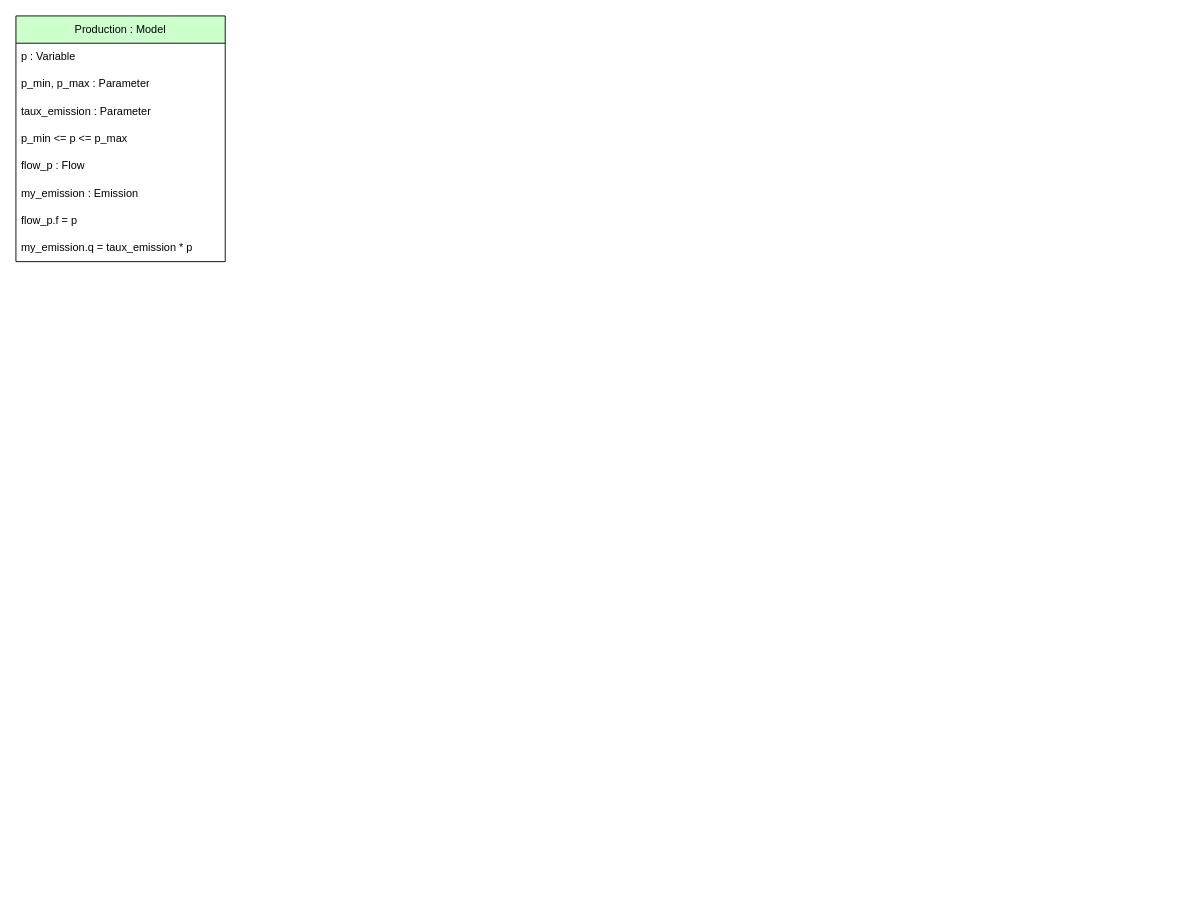
Earlier version of the draw.io diagram models-design/model_library/production.drawio (AntaresSimulatorTeam/andromede-modeling-prototype). Source tidied: cells renumbered, new cells numbered last; positions are measured from the earlier drawing's top-left corner, leaving out a move shared by most shapes. Both pictures are drawn from the tidied source at 91%, with x=0, y=0 at pixel (15, 15).
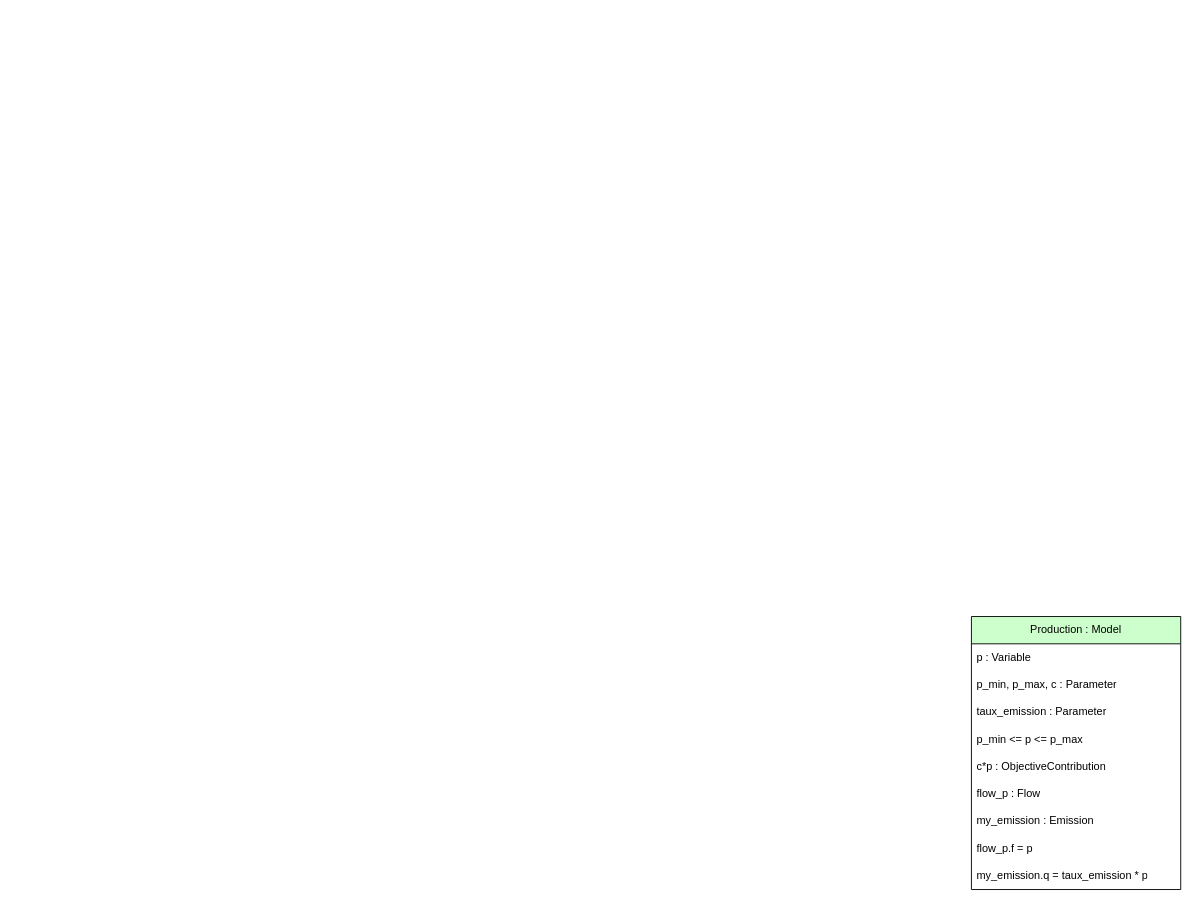
Above is the later version.

What changed in the source:
```diff
@@
 <mxGraphModel>
   <root>
     <mxCell id="0" />
     <mxCell id="1" parent="0" />
-    <mxCell id="2" value="Production : Model" style="swimlane;fontStyle=0;horizontal=1;startSize=30;whiteSpace=wrap;html=1;fillColor=#CCFFCC;fontColor=#000000;" parent="1" vertex="1">
-      <mxGeometry width="230" height="270" as="geometry" />
-    </mxCell>
+    <mxCell id="10" value="Production : Model" style="swimlane;fontStyle=0;horizontal=1;startSize=30;whiteSpace=wrap;html=1;fillColor=#CCFFCC;fontColor=#000000;" parent="1" vertex="1">
+      <mxGeometry x="1050" y="660" width="230" height="300" as="geometry" />
+    </mxCell>
-    <mxCell id="3" value="p : Variable" style="text;strokeColor=none;fillColor=none;align=left;verticalAlign=middle;spacingLeft=4;spacingRight=4;overflow=hidden;whiteSpace=wrap;html=1;" parent="2" vertex="1">
+    <mxCell id="3" value="p : Variable" style="text;strokeColor=none;fillColor=none;align=left;verticalAlign=middle;spacingLeft=4;spacingRight=4;overflow=hidden;whiteSpace=wrap;html=1;" parent="10" vertex="1">
       <mxGeometry y="30" width="230" height="30" as="geometry" />
     </mxCell>
-    <mxCell id="4" value="p_min, p_max : Parameter" style="text;strokeColor=none;fillColor=none;align=left;verticalAlign=middle;spacingLeft=4;spacingRight=4;overflow=hidden;whiteSpace=wrap;html=1;" parent="2" vertex="1">
-      <mxGeometry y="60" width="230" height="30" as="geometry" />
-    </mxCell>
+    <mxCell id="11" value="p_min, p_max, c : Parameter" style="text;strokeColor=none;fillColor=none;align=left;verticalAlign=middle;spacingLeft=4;spacingRight=4;overflow=hidden;whiteSpace=wrap;html=1;" parent="10" vertex="1">
+      <mxGeometry y="60" width="230" height="30" as="geometry" />
+    </mxCell>
-    <mxCell id="5" value="taux_emission : Parameter" style="text;strokeColor=none;fillColor=none;align=left;verticalAlign=middle;spacingLeft=4;spacingRight=4;overflow=hidden;whiteSpace=wrap;html=1;" parent="2" vertex="1">
+    <mxCell id="5" value="taux_emission : Parameter" style="text;strokeColor=none;fillColor=none;align=left;verticalAlign=middle;spacingLeft=4;spacingRight=4;overflow=hidden;whiteSpace=wrap;html=1;" parent="10" vertex="1">
       <mxGeometry y="90" width="230" height="30" as="geometry" />
     </mxCell>
-    <mxCell id="6" value="p_min &amp;lt;= p &amp;lt;= p_max" style="text;strokeColor=none;fillColor=none;align=left;verticalAlign=middle;spacingLeft=4;spacingRight=4;overflow=hidden;whiteSpace=wrap;html=1;" parent="2" vertex="1">
+    <mxCell id="6" value="p_min &amp;lt;= p &amp;lt;= p_max" style="text;strokeColor=none;fillColor=none;align=left;verticalAlign=middle;spacingLeft=4;spacingRight=4;overflow=hidden;whiteSpace=wrap;html=1;" parent="10" vertex="1">
       <mxGeometry y="120" width="230" height="30" as="geometry" />
     </mxCell>
+    <mxCell id="12" value="c*p : ObjectiveContribution" style="text;strokeColor=none;fillColor=none;align=left;verticalAlign=middle;spacingLeft=4;spacingRight=4;overflow=hidden;whiteSpace=wrap;html=1;" parent="10" vertex="1">
+      <mxGeometry y="150" width="230" height="30" as="geometry" />
+    </mxCell>
-    <mxCell id="7" value="flow_p : Flow" style="text;strokeColor=none;fillColor=none;align=left;verticalAlign=middle;spacingLeft=4;spacingRight=4;overflow=hidden;whiteSpace=wrap;html=1;" parent="2" vertex="1">
-      <mxGeometry y="150" width="230" height="30" as="geometry" />
+    <mxCell id="7" value="flow_p : Flow" style="text;strokeColor=none;fillColor=none;align=left;verticalAlign=middle;spacingLeft=4;spacingRight=4;overflow=hidden;whiteSpace=wrap;html=1;" parent="10" vertex="1">
+      <mxGeometry y="180" width="230" height="30" as="geometry" />
     </mxCell>
-    <mxCell id="8" value="my_emission : Emission" style="text;strokeColor=none;fillColor=none;align=left;verticalAlign=middle;spacingLeft=4;spacingRight=4;overflow=hidden;whiteSpace=wrap;html=1;" parent="2" vertex="1">
-      <mxGeometry y="180" width="230" height="30" as="geometry" />
+    <mxCell id="8" value="my_emission : Emission" style="text;strokeColor=none;fillColor=none;align=left;verticalAlign=middle;spacingLeft=4;spacingRight=4;overflow=hidden;whiteSpace=wrap;html=1;" parent="10" vertex="1">
+      <mxGeometry y="210" width="230" height="30" as="geometry" />
     </mxCell>
-    <mxCell id="9" value="flow_p.f = p" style="text;strokeColor=none;fillColor=none;align=left;verticalAlign=middle;spacingLeft=4;spacingRight=4;overflow=hidden;whiteSpace=wrap;html=1;" parent="2" vertex="1">
-      <mxGeometry y="210" width="230" height="30" as="geometry" />
+    <mxCell id="9" value="flow_p.f = p" style="text;strokeColor=none;fillColor=none;align=left;verticalAlign=middle;spacingLeft=4;spacingRight=4;overflow=hidden;whiteSpace=wrap;html=1;" parent="10" vertex="1">
+      <mxGeometry y="240" width="230" height="30" as="geometry" />
     </mxCell>
-    <mxCell id="10" value="my_emission.q = taux_emission * p" style="text;strokeColor=none;fillColor=none;align=left;verticalAlign=middle;spacingLeft=4;spacingRight=4;overflow=hidden;whiteSpace=wrap;html=1;" parent="2" vertex="1">
-      <mxGeometry y="240" width="230" height="30" as="geometry" />
-    </mxCell>
+    <mxCell id="13" value="my_emission.q = taux_emission * p" style="text;strokeColor=none;fillColor=none;align=left;verticalAlign=middle;spacingLeft=4;spacingRight=4;overflow=hidden;whiteSpace=wrap;html=1;" parent="10" vertex="1">
+      <mxGeometry y="270" width="230" height="30" as="geometry" />
+    </mxCell>
   </root>
 </mxGraphModel>
```
